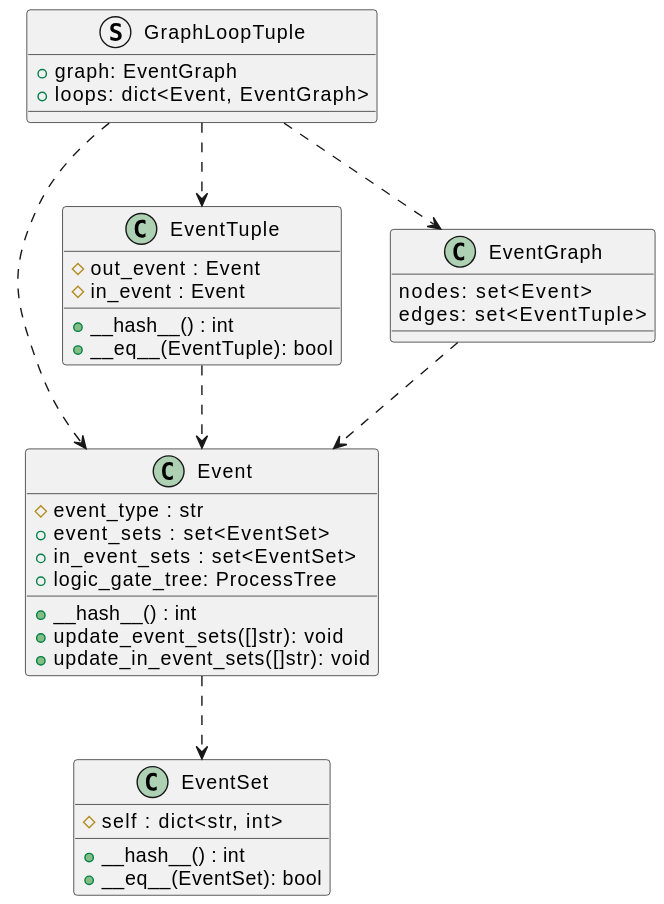
Before: docs/development/design/1-DN-SCC_loop_detection/class_diagrams.svg, a diagram exported from PlantUML (xtuml/otel2puml). Its diagram source:
```plantuml
@startuml
class Event {
    #event_type : str
    +event_sets : set<EventSet>
    +in_event_sets : set<EventSet>
    +logic_gate_tree: ProcessTree
    +__hash__() : int
    +update_event_sets([]str): void
    +update_in_event_sets([]str): void
}

class EventTuple {
    #out_event : Event
    #in_event : Event
    +__hash__() : int
    +__eq__(EventTuple): bool
}


class EventSet {
    #self : dict<str, int>
    +__hash__() : int
    +__eq__(EventSet): bool
}

class EventGraph {
    nodes: set<Event>
    edges: set<EventTuple>
}

struct GraphLoopTuple {
    +graph: EventGraph
    +loops: dict<Event, EventGraph>
}

Event ..> EventSet
EventGraph ..> Event
GraphLoopTuple ..> EventGraph
GraphLoopTuple ..> Event
GraphLoopTuple ..> EventTuple
EventTuple ..> Event
@enduml
```
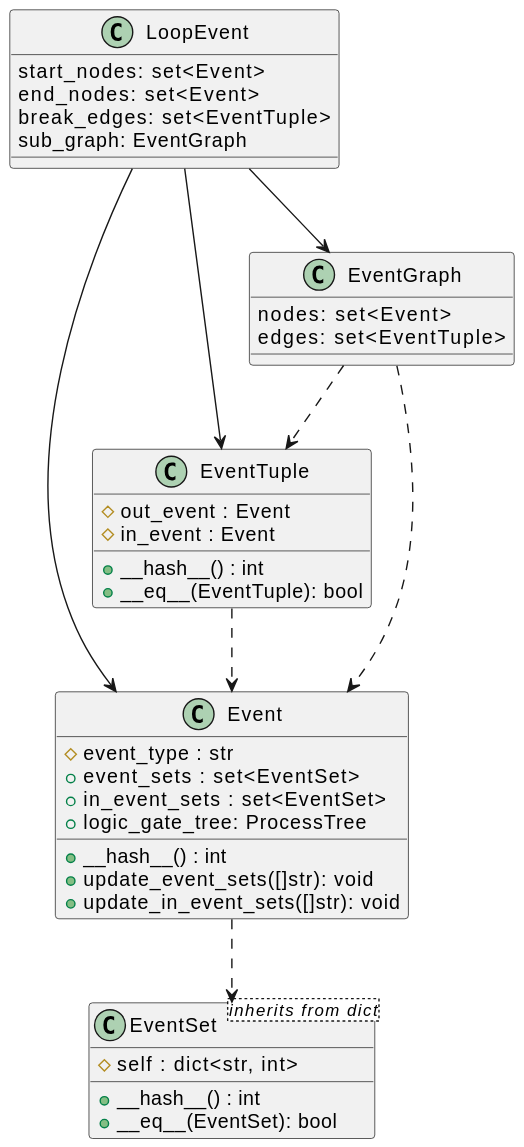
Above is the later version.

Diff of the diagram source:
```diff
@@ -9,6 +9,13 @@
     +update_in_event_sets([]str): void
 }
 
+class LoopEvent {
+    start_nodes: set<Event>
+    end_nodes: set<Event>
+    break_edges: set<EventTuple>
+    sub_graph: EventGraph
+}
+
 class EventTuple {
     #out_event : Event
     #in_event : Event
@@ -17,7 +24,7 @@
 }
 
 
-class EventSet {
+class EventSet <inherits from dict> {
     #self : dict<str, int>
     +__hash__() : int
     +__eq__(EventSet): bool
@@ -28,15 +35,12 @@
     edges: set<EventTuple>
 }
 
-struct GraphLoopTuple {
-    +graph: EventGraph
-    +loops: dict<Event, EventGraph>
-}
 
 Event ..> EventSet
 EventGraph ..> Event
-GraphLoopTuple ..> EventGraph
-GraphLoopTuple ..> Event
-GraphLoopTuple ..> EventTuple
+EventGraph ..> EventTuple
 EventTuple ..> Event
+LoopEvent --> Event
+LoopEvent --> EventTuple
+LoopEvent --> EventGraph
 @enduml
```
